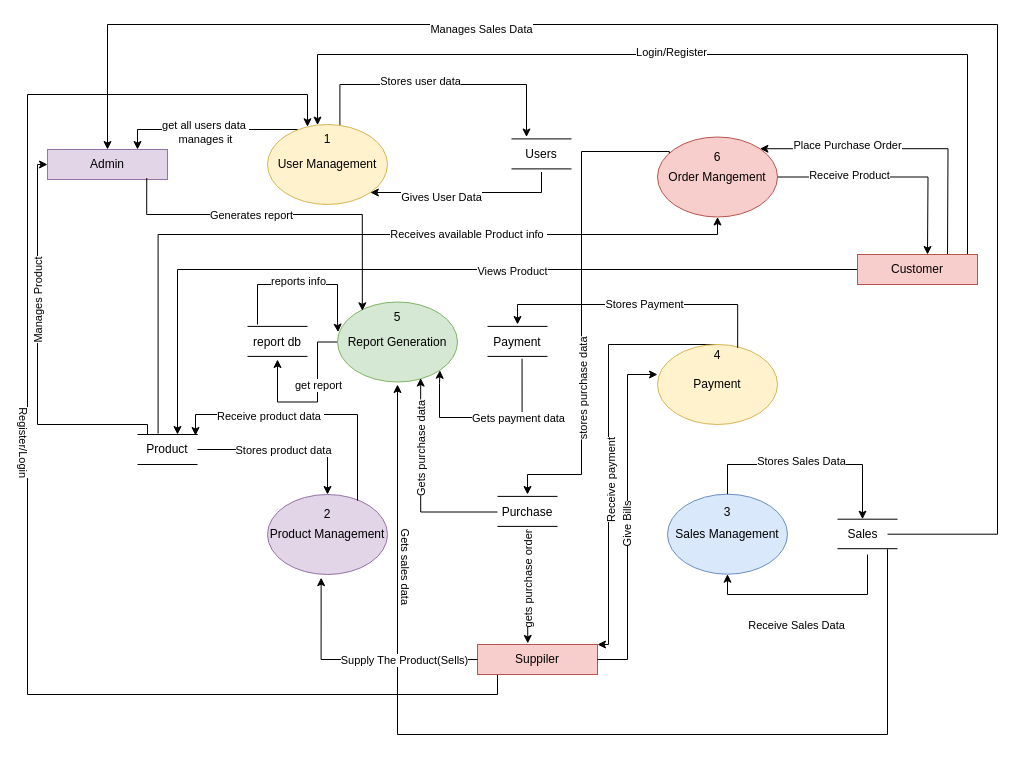
Above: Untitled Diagram.drawio in pawal-karki/DRAW.IO (draw.io), before the change. Source tidied: cells renumbered, new cells numbered last; positions are measured from the earlier drawing's top-left corner, leaving out a move shared by most shapes. Both pictures are drawn from the tidied source at 100%, with x=0, y=0 at pixel (27, 24).
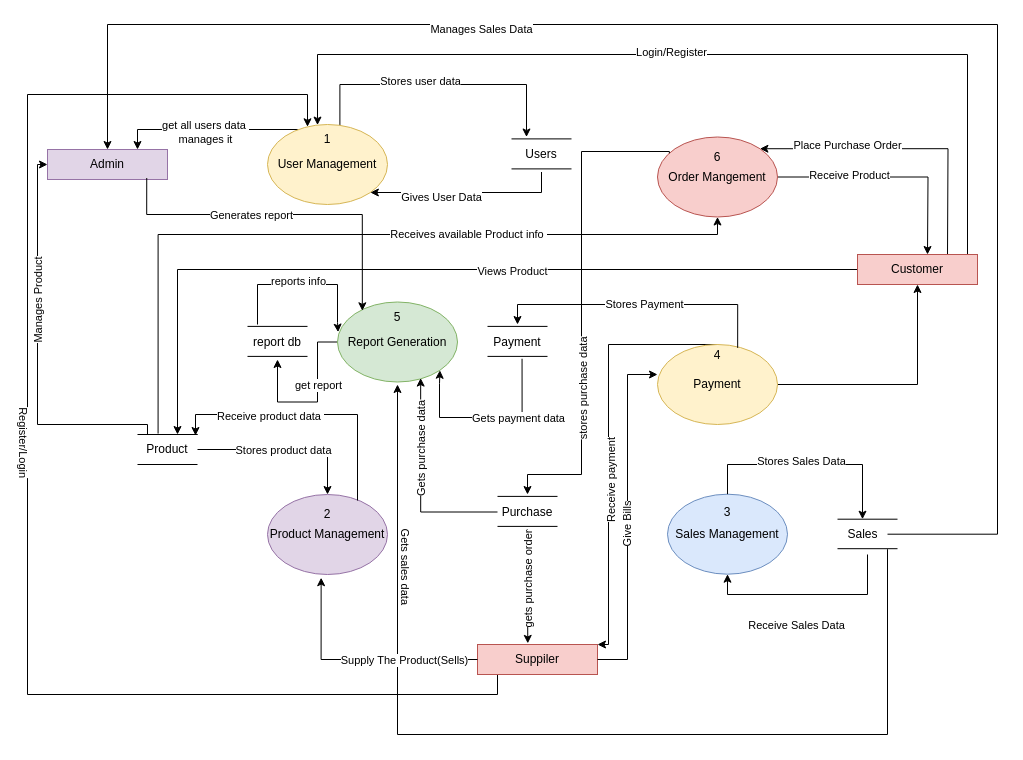
Above is the later version.

Unchanged cells that the change refers to:
```xml
<mxCell id="26" value="Payment" style="ellipse;whiteSpace=wrap;html=1;fillColor=#fff2cc;strokeColor=#d6b656;" parent="1" vertex="1">
  <mxGeometry x="630" y="320" width="120" height="80" as="geometry" />
</mxCell>
<mxCell id="44" value="Customer" style="rounded=0;whiteSpace=wrap;html=1;fillColor=#f8cecc;strokeColor=#b85450;" parent="1" vertex="1">
  <mxGeometry x="830" y="230" width="120" height="30" as="geometry" />
</mxCell>
```

The edit, as a diff of the source:
```diff
@@
+    <mxCell id="90" style="edgeStyle=orthogonalEdgeStyle;rounded=0;jettySize=auto;html=1;entryX=0.5;entryY=1;entryDx=0;entryDy=0;" parent="1" edge="1" source="26" target="44">
+      <mxGeometry relative="1" as="geometry" />
+    </mxCell>
```
